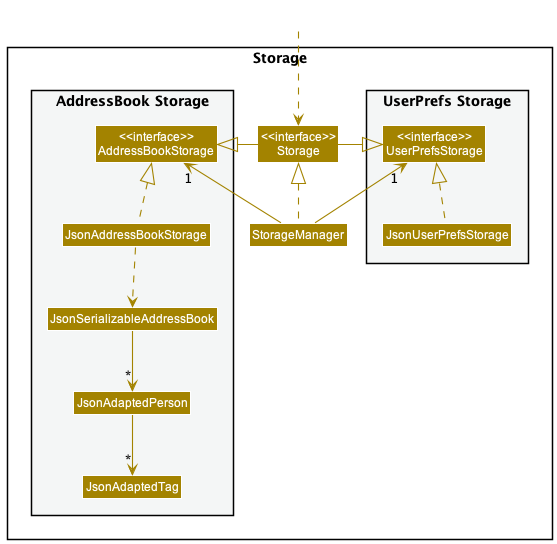
This is docs/images/StorageClassDiagram.png from nus-cs2103-AY2223S2/tp, a PlantUML export, as it was before one commit.
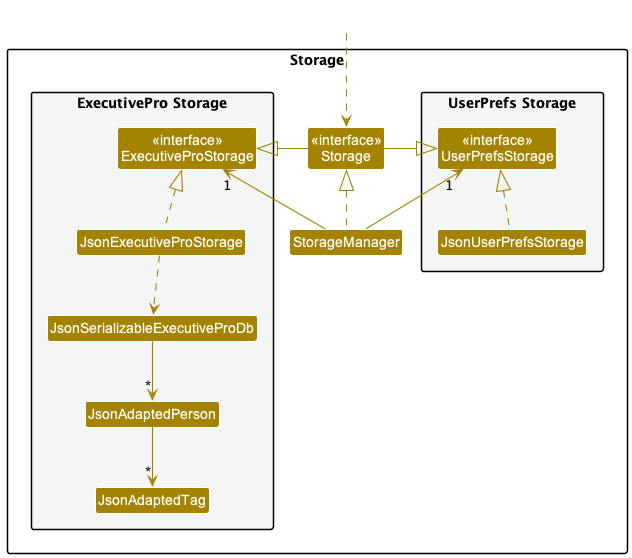
After the commit.

The edit, as a diff of the source:
```diff
@@ -1,5 +1,5 @@
 @startuml
-!include style.puml
+!include Style.puml
 skinparam arrowThickness 1.1
 skinparam arrowColor STORAGE_COLOR
 skinparam classBackgroundColor STORAGE_COLOR
@@ -14,10 +14,10 @@
 Class "<<interface>>\nStorage" as Storage
 Class StorageManager
 
-package "AddressBook Storage" #F4F6F6{
-Class "<<interface>>\nAddressBookStorage" as AddressBookStorage
-Class JsonAddressBookStorage
-Class JsonSerializableAddressBook
+package "ExecutivePro Storage" #F4F6F6{
+Class "<<interface>>\nExecutiveProStorage" as ExecutiveProStorage
+Class JsonExecutiveProStorage
+Class JsonSerializableExecutiveProDb
 Class JsonAdaptedPerson
 Class JsonAdaptedTag
 }
@@ -25,19 +25,19 @@
 }
 
 Class HiddenOutside #FFFFFF
-HiddenOutside ..> Storage
+HiddenOutside ..> Storage.Storage
 
-StorageManager .up.|> Storage
+StorageManager .up.|> Storage.Storage
 StorageManager -up-> "1" UserPrefsStorage
-StorageManager -up-> "1" AddressBookStorage
+StorageManager -up-> "1" ExecutiveProStorage
 
-Storage -left-|> UserPrefsStorage
-Storage -right-|> AddressBookStorage
+Storage.Storage -left-|> UserPrefsStorage
+Storage.Storage -right-|> ExecutiveProStorage
 
 JsonUserPrefsStorage .up.|> UserPrefsStorage
-JsonAddressBookStorage .up.|> AddressBookStorage
-JsonAddressBookStorage ..> JsonSerializableAddressBook
-JsonSerializableAddressBook --> "*" JsonAdaptedPerson
+JsonExecutiveProStorage .up.|> ExecutiveProStorage
+JsonExecutiveProStorage ..> JsonSerializableExecutiveProDb
+JsonSerializableExecutiveProDb --> "*" JsonAdaptedPerson
 JsonAdaptedPerson --> "*" JsonAdaptedTag
 
 @enduml
```
